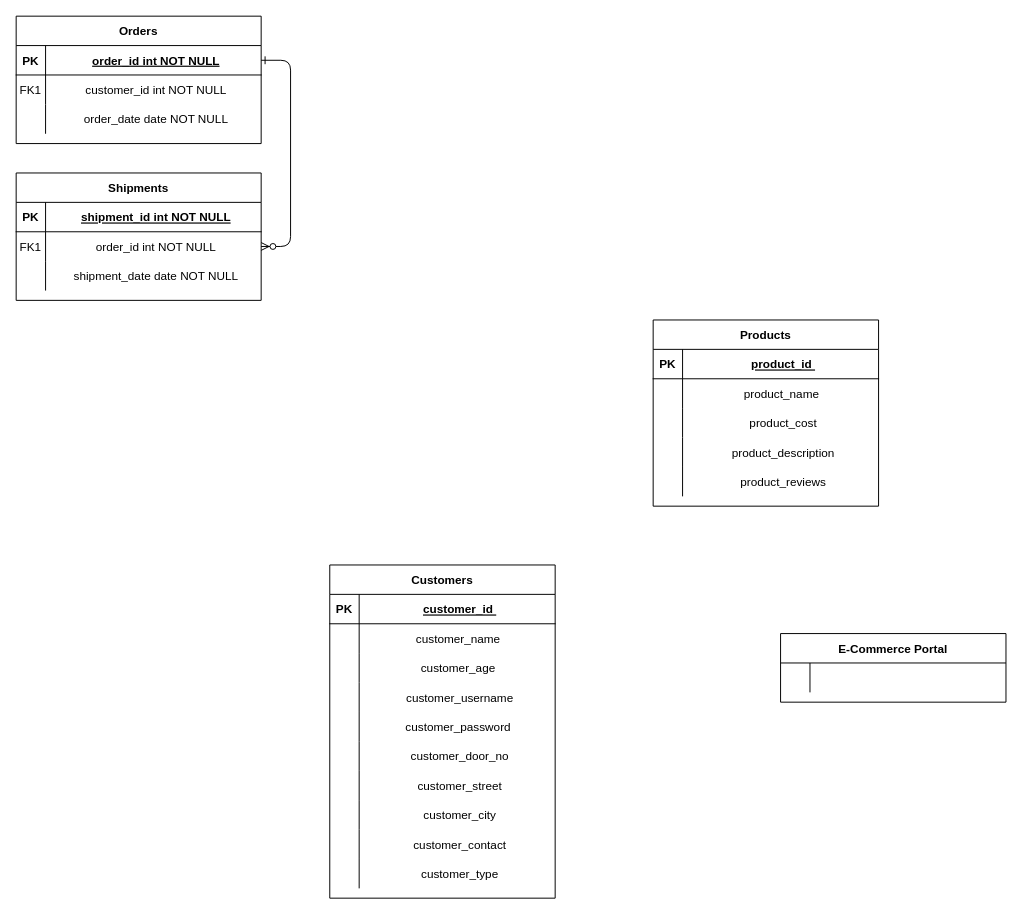
Before: ECommERT.drawio in adithkrishnan98/ECommerce-Java, a draw.io diagram. Source tidied: cells renumbered, new cells numbered last; positions are measured from the earlier drawing's top-left corner, leaving out a move shared by most shapes. Both pictures are drawn from the tidied source at 98%, with x=0, y=0 at pixel (16, 16).
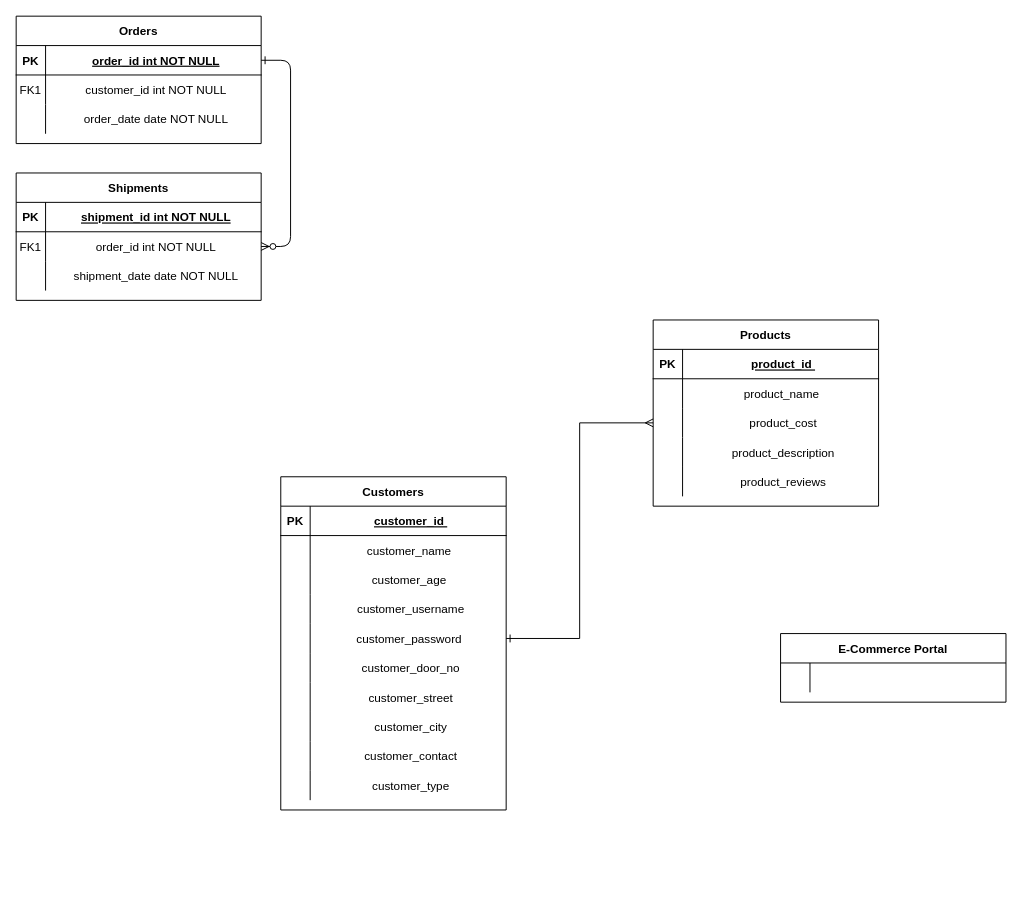
After the change.

Unchanged cells that the change refers to:
```xml
<mxCell id="36" style="shape=partialRectangle;fillColor=none;points=[[0,0.5],[1,0.5]];portConstraint=eastwest;top=0;left=0;right=0;bottom=0;align=center;" parent="23" vertex="1">
  <mxGeometry y="150" width="230" height="30" as="geometry" />
</mxCell>
<mxCell id="62" style="shape=partialRectangle;fillColor=none;points=[[0,0.5],[1,0.5]];portConstraint=eastwest;top=0;left=0;right=0;bottom=0;align=center;" parent="55" vertex="1">
  <mxGeometry y="90" width="230" height="30" as="geometry" />
</mxCell>
```

The edit, as a diff of the source:
```diff
@@
     <mxCell id="23" value="Customers" style="shape=table;startSize=30;childLayout=tableLayout;rowLines=0;fontStyle=1;align=center;" parent="1" vertex="1">
-      <mxGeometry x="320" y="560" width="230" height="340" as="geometry" />
+      <mxGeometry x="270" y="470" width="230" height="340" as="geometry" />
     </mxCell>
@@
+    <mxCell id="77" style="edgeStyle=orthogonalEdgeStyle;rounded=0;jettySize=auto;html=1;entryX=0;entryY=0.5;entryDx=0;entryDy=0;startArrow=ERone;startFill=0;endArrow=ERmany;endFill=0;align=center;" parent="1" edge="1" source="36" target="62">
+      <mxGeometry relative="1" as="geometry" />
+    </mxCell>
```
